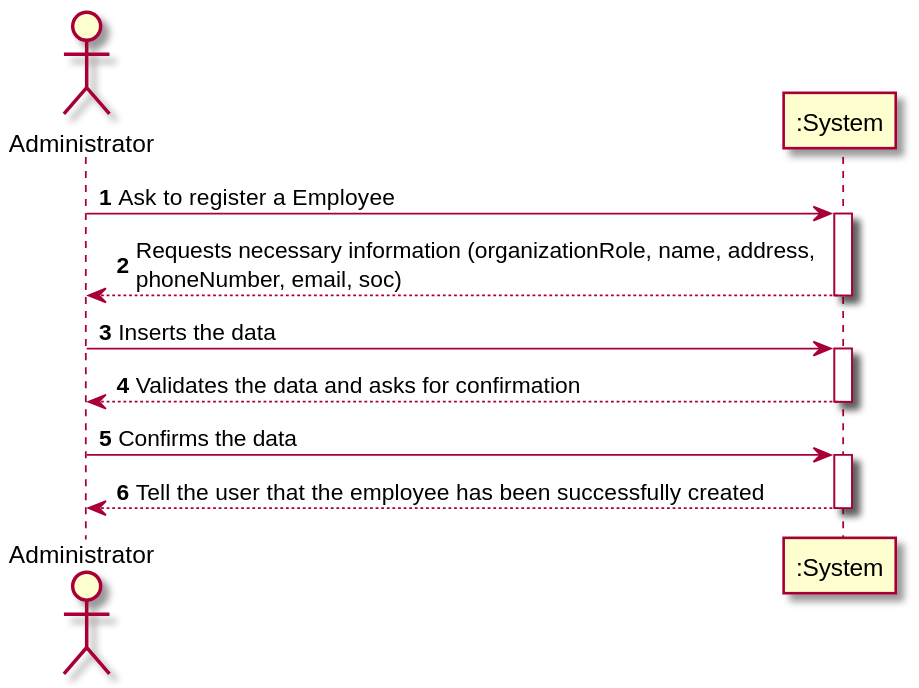
The PlantUML diagram docs/SprintC/US7/UC7_SSD.svg in GuilhermeCunha79/lapr2, before a commit. Source of this version:
```plantuml
@startuml
autonumber
actor "Administrator" as ADMIN

participant ":System" as SYSTEM

ADMIN -> SYSTEM : Ask to register a Employee
activate SYSTEM
SYSTEM --> ADMIN : Requests necessary information (organizationRole, name, address, \nphoneNumber, email, soc)

deactivate SYSTEM

ADMIN -> SYSTEM : Inserts the data
activate SYSTEM
SYSTEM --> ADMIN : Validates the data and asks for confirmation
deactivate SYSTEM

ADMIN -> SYSTEM : Confirms the data
activate SYSTEM
SYSTEM --> ADMIN : Tell the user that the employee has been successfully created
deactivate SYSTEM


@enduml
```
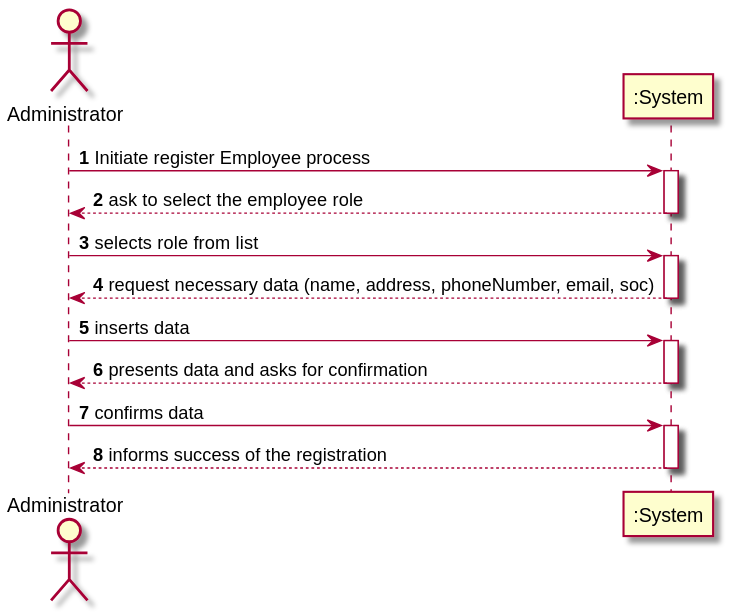
The same file after the commit.

The edit, as a diff of the source:
```diff
@@ -4,20 +4,25 @@
 
 participant ":System" as SYSTEM
 
-ADMIN -> SYSTEM : Ask to register a Employee
+ADMIN -> SYSTEM : Initiate register Employee process
 activate SYSTEM
-SYSTEM --> ADMIN : Requests necessary information (organizationRole, name, address, \nphoneNumber, email, soc)
+SYSTEM --> ADMIN : ask to select the employee role
 
 deactivate SYSTEM
 
-ADMIN -> SYSTEM : Inserts the data
+ADMIN -> SYSTEM : selects role from list
 activate SYSTEM
-SYSTEM --> ADMIN : Validates the data and asks for confirmation
+SYSTEM --> ADMIN : request necessary data (name, address, phoneNumber, email, soc)
 deactivate SYSTEM
 
-ADMIN -> SYSTEM : Confirms the data
+ADMIN -> SYSTEM : inserts data
 activate SYSTEM
-SYSTEM --> ADMIN : Tell the user that the employee has been successfully created
+SYSTEM --> ADMIN : presents data and asks for confirmation
+deactivate SYSTEM
+
+ADMIN -> SYSTEM : confirms data
+activate SYSTEM
+SYSTEM --> ADMIN : informs success of the registration
 deactivate SYSTEM
 
 
```
